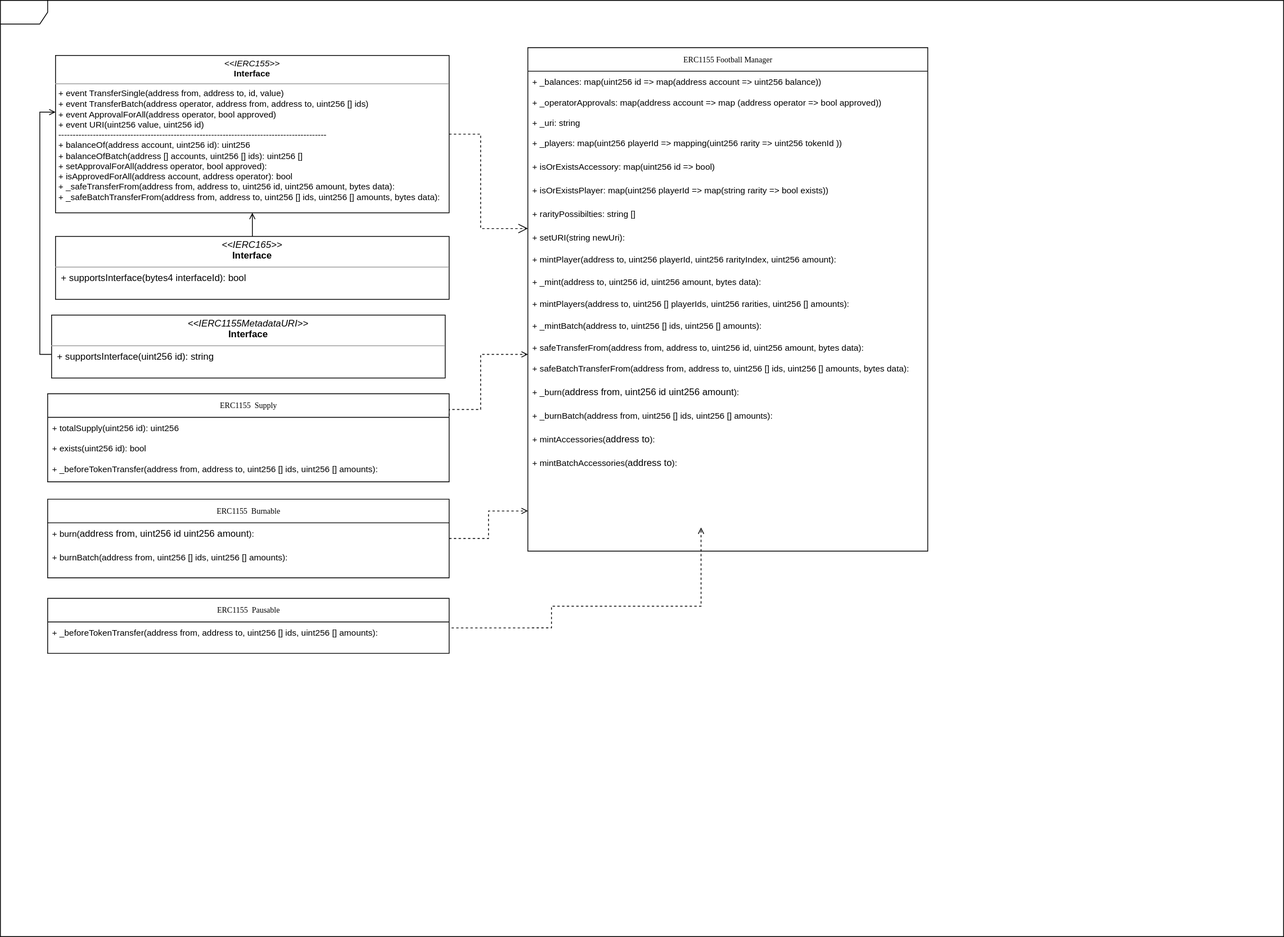
Before: diagrams/ERC1155.drawio.svg, a diagram exported from draw.io (RasenGUY/smartDev). Source tidied: cells renumbered, new cells last; positions are measured from the earlier drawing's top-left corner, leaving out a move shared by most shapes.
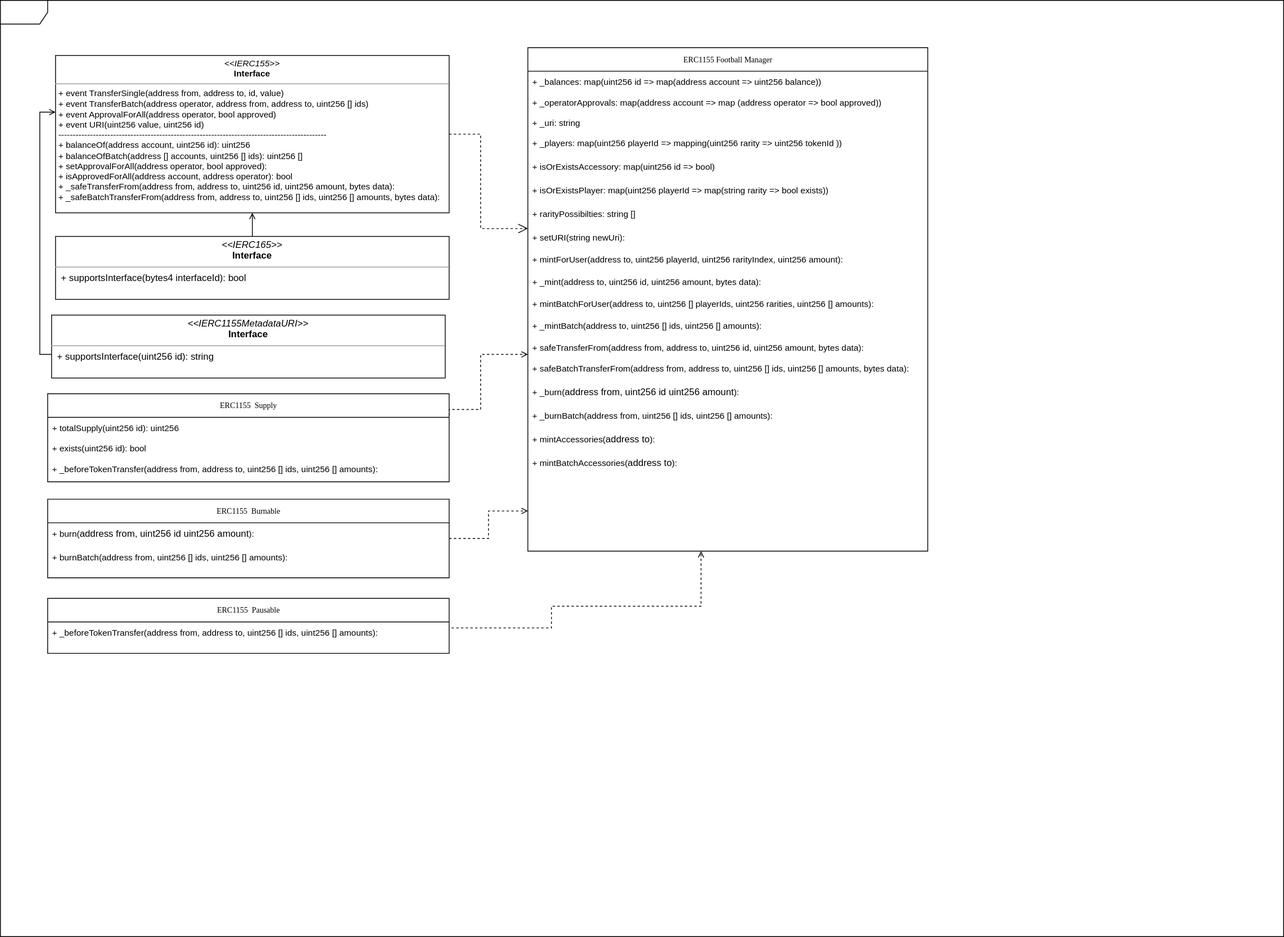
After the change.

What changed in the source:
```diff
@@ -32,13 +32,13 @@
     <mxCell id="11" value="&lt;font style=&quot;font-size: 11px&quot;&gt;+ setURI(string newUri):&amp;nbsp;&amp;nbsp;&lt;/font&gt;" style="text;html=1;align=left;verticalAlign=top;spacingLeft=4;spacingRight=4;whiteSpace=wrap;overflow=hidden;" parent="3" vertex="1">
       <mxGeometry y="228" width="508" height="28" as="geometry" />
     </mxCell>
-    <mxCell id="12" value="&lt;span style=&quot;font-size: 11px&quot;&gt;+ mintPlayer(address to, uint256 playerId, uint256 rarityIndex, uint256 amount):&amp;nbsp;&amp;nbsp;&lt;/span&gt;" style="text;html=1;align=left;verticalAlign=top;spacingLeft=4;spacingRight=4;whiteSpace=wrap;overflow=hidden;" parent="3" vertex="1">
+    <mxCell id="12" value="&lt;span style=&quot;font-size: 11px&quot;&gt;+ mintForUser(address to, uint256 playerId, uint256 rarityIndex, uint256 amount):&amp;nbsp;&amp;nbsp;&lt;/span&gt;" style="text;html=1;align=left;verticalAlign=top;spacingLeft=4;spacingRight=4;whiteSpace=wrap;overflow=hidden;" parent="3" vertex="1">
       <mxGeometry y="256" width="508" height="28" as="geometry" />
     </mxCell>
     <mxCell id="13" value="&lt;span style=&quot;font-size: 11px&quot;&gt;+ _mint(address to, uint256 id, uint256 amount, bytes data):&amp;nbsp;&amp;nbsp;&lt;/span&gt;" style="text;html=1;align=left;verticalAlign=top;spacingLeft=4;spacingRight=4;whiteSpace=wrap;overflow=hidden;" parent="3" vertex="1">
       <mxGeometry y="284" width="508" height="28" as="geometry" />
     </mxCell>
-    <mxCell id="14" value="&lt;font style=&quot;font-size: 11px&quot;&gt;+ mintPlayers(address to, uint256 [] playerIds, uint256 rarities, uint256 [] amounts):&amp;nbsp;&amp;nbsp;&lt;/font&gt;" style="text;html=1;strokeColor=none;fillColor=none;align=left;verticalAlign=top;spacingLeft=4;spacingRight=4;whiteSpace=wrap;overflow=hidden;" parent="3" vertex="1">
+    <mxCell id="14" value="&lt;font style=&quot;font-size: 11px&quot;&gt;+ mintBatchForUser(address to, uint256 [] playerIds, uint256 rarities, uint256 [] amounts):&amp;nbsp;&amp;nbsp;&lt;/font&gt;" style="text;html=1;strokeColor=none;fillColor=none;align=left;verticalAlign=top;spacingLeft=4;spacingRight=4;whiteSpace=wrap;overflow=hidden;" parent="3" vertex="1">
       <mxGeometry y="312" width="508" height="28" as="geometry" />
     </mxCell>
     <mxCell id="15" value="&lt;font style=&quot;font-size: 11px&quot;&gt;+ _mintBatch(address to, uint256 [] ids, uint256 [] amounts):&amp;nbsp;&amp;nbsp;&lt;/font&gt;" style="text;html=1;strokeColor=none;fillColor=none;align=left;verticalAlign=top;spacingLeft=4;spacingRight=4;whiteSpace=wrap;overflow=hidden;" parent="3" vertex="1">
@@ -118,7 +118,7 @@
     </mxCell>
     <mxCell id="36" style="edgeStyle=orthogonalEdgeStyle;rounded=0;jettySize=auto;html=1;dashed=1;endArrow=open;endFill=0;exitX=1.006;exitY=0.255;exitDx=0;exitDy=0;exitPerimeter=0;" parent="1" edge="1" source="38">
       <mxGeometry relative="1" as="geometry">
-        <mxPoint x="890" y="670" as="targetPoint" />
+        <mxPoint x="890" y="700" as="targetPoint" />
         <Array as="points">
           <mxPoint x="700" y="798" />
           <mxPoint x="700" y="770" />
```
